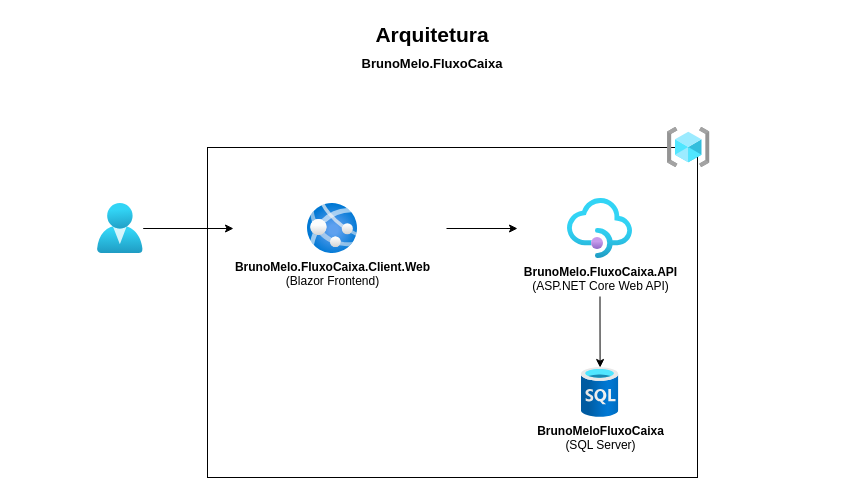
Above: page "Arquitetura" (2 of 2) of BrunoMelo.FluxoCaixa.Documentacao/BrunoMelo.FluxoCaixa.drawio in brunomelobr/fluxocaixa (draw.io), before the change. Source tidied: cells renumbered, new cells numbered last; positions are measured from the earlier drawing's top-left corner, leaving out a move shared by most shapes. Both pictures are drawn from the tidied source at 100%, with x=0, y=0 at pixel (17, 17).
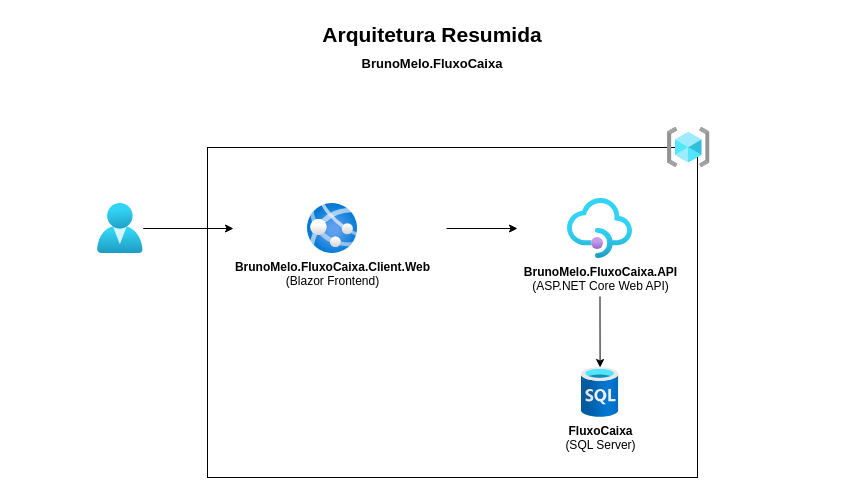
Above is the later version.

Change to the diagram source:
```diff
@@
 <mxGraphModel>
   <root>
     <mxCell id="0" />
     <mxCell id="1" parent="0" />
     <mxCell id="2" style="rounded=0;whiteSpace=wrap;html=1;labelBackgroundColor=none;fontSize=13;" parent="1" vertex="1">
       <mxGeometry x="190" y="130" width="490" height="330" as="geometry" />
     </mxCell>
-    <mxCell id="3" value="Arquitetura&lt;br&gt;&lt;span style=&quot;font-size: 13px;&quot;&gt;BrunoMelo.FluxoCaixa&lt;/span&gt;" style="text;html=1;strokeColor=none;fillColor=none;align=center;verticalAlign=middle;whiteSpace=wrap;rounded=0;fontStyle=1;fontSize=21;" parent="1" vertex="1">
+    <mxCell id="3" value="Arquitetura Resumida&lt;br&gt;&lt;span style=&quot;font-size: 13px;&quot;&gt;BrunoMelo.FluxoCaixa&lt;/span&gt;" style="text;html=1;strokeColor=none;fillColor=none;align=center;verticalAlign=middle;whiteSpace=wrap;rounded=0;fontStyle=1;fontSize=21;" parent="1" vertex="1">
       <mxGeometry width="830" height="60" as="geometry" />
     </mxCell>
-    <mxCell id="4" value="&lt;b&gt;BrunoMeloFluxoCaixa&lt;/b&gt;&lt;br&gt;(SQL Server)" style="html=1;points=[[0.5,0,0,0,-10]];align=center;image;fontSize=12;image=img/lib/azure2/databases/SQL_Database.svg;labelBackgroundColor=none;" parent="1" vertex="1">
+    <mxCell id="4" value="&lt;b&gt;FluxoCaixa&lt;/b&gt;&lt;br&gt;(SQL Server)" style="html=1;points=[[0.5,0,0,0,-10]];align=center;image;fontSize=12;image=img/lib/azure2/databases/SQL_Database.svg;labelBackgroundColor=none;" parent="1" vertex="1">
       <mxGeometry x="563.8" y="350" width="37.5" height="50" as="geometry" />
     </mxCell>
     <mxCell id="5" style="html=1;points=[];align=center;image;fontSize=12;image=img/lib/azure2/identity/Users.svg;labelBackgroundColor=none;" parent="1" vertex="1">
       <mxGeometry x="80" y="186" width="45.7" height="50" as="geometry" />
     </mxCell>
     <mxCell id="6" style="html=1;align=center;image;fontSize=12;image=img/lib/azure2/general/Resource_Groups.svg;labelBackgroundColor=none;" parent="1" vertex="1">
       <mxGeometry x="650" y="110" width="42.5" height="40" as="geometry" />
     </mxCell>
     <mxCell id="7" style="edgeStyle=orthogonalEdgeStyle;rounded=0;jettySize=auto;html=1;exitX=0.5;exitY=1;exitDx=0;exitDy=38;exitPerimeter=0;" parent="1" edge="1" source="8" target="4">
       <mxGeometry relative="1" as="geometry" />
     </mxCell>
     <mxCell id="8" value="&lt;b&gt;BrunoMelo.FluxoCaixa.API&lt;/b&gt;&lt;br&gt;(ASP.NET Core Web API)" style="html=1;points=[[0,0.5,0,-50,0],[0.5,1,0,0,38]];align=center;image;fontSize=12;image=img/lib/azure2/integration/API_Management_Services.svg;labelBackgroundColor=none;" parent="1" vertex="1">
       <mxGeometry x="550" y="181" width="65" height="60" as="geometry" />
     </mxCell>
     <mxCell id="9" value="&lt;b&gt;BrunoMelo.FluxoCaixa.Client.Web&lt;/b&gt;&lt;br&gt;(Blazor Frontend)" style="html=1;points=[[0,0.5,0,-74,0],[1,0.5,0,88,0]];align=center;image;fontSize=12;image=img/lib/azure2/app_services/App_Services.svg;labelBackgroundColor=default;" parent="1" vertex="1">
       <mxGeometry x="290" y="186" width="50" height="50" as="geometry" />
     </mxCell>
     <mxCell id="10" style="endArrow=classic;html=1;rounded=0;fontSize=13;entryX=0;entryY=0.5;entryDx=-74;entryDy=0;entryPerimeter=0;" parent="1" edge="1" source="5" target="9">
       <mxGeometry relative="1" as="geometry" />
     </mxCell>
     <mxCell id="11" style="endArrow=classic;html=1;rounded=0;fontSize=13;exitX=1;exitY=0.5;exitDx=89;exitDy=0;exitPerimeter=0;entryX=0;entryY=0.5;entryDx=-50;entryDy=0;entryPerimeter=0;" parent="1" edge="1" source="9" target="8">
       <mxGeometry relative="1" as="geometry" />
     </mxCell>
   </root>
 </mxGraphModel>
```
